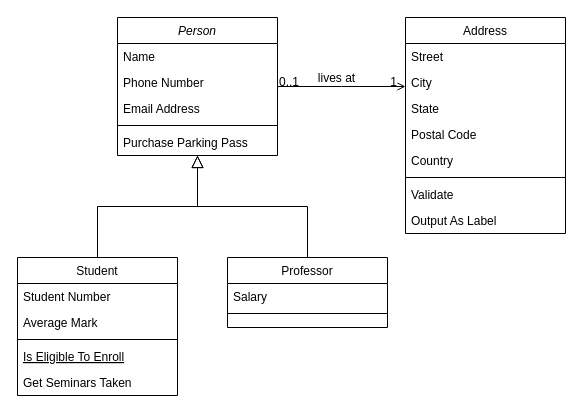
Earlier version of the draw.io diagram class Diagram.drawio (ptmgcompeni/perpus-digital). Source tidied: cells renumbered, new cells numbered last; positions are measured from the earlier drawing's top-left corner, leaving out a move shared by most shapes. Both pictures are drawn from the tidied source at 100%, with x=0, y=0 at pixel (17, 17).
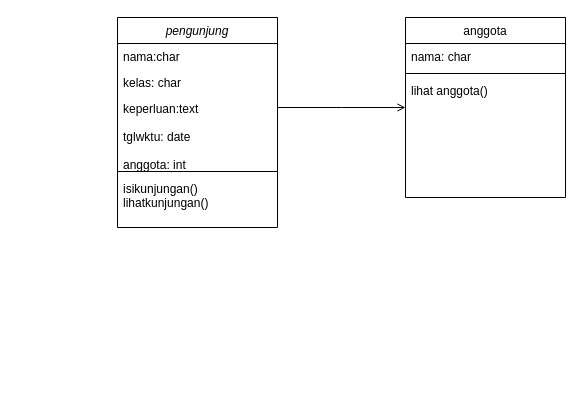
The same diagram, later.

The change refers to these unchanged cells:
```xml
<mxCell id="28" style="endArrow=open;shadow=0;strokeWidth=1;rounded=0;endFill=1;edgeStyle=elbowEdgeStyle;elbow=vertical;" parent="1" edge="1" source="2" target="19">
  <mxGeometry x="0.5" y="41" relative="1" as="geometry">
    <mxPoint x="-40" y="32" as="offset" />
  </mxGeometry>
</mxCell>
```

What changed in the source:
```diff
@@
-    <mxCell id="2" value="Person" style="swimlane;fontStyle=2;align=center;verticalAlign=top;horizontal=1;startSize=26;rounded=0;shadow=0;strokeWidth=1;" parent="1" vertex="1">
-      <mxGeometry x="100" width="160" height="138" as="geometry" />
+    <mxCell id="2" value="pengunjung" style="swimlane;fontStyle=2;align=center;verticalAlign=top;horizontal=1;startSize=26;rounded=0;shadow=0;strokeWidth=1;" parent="1" vertex="1">
+      <mxGeometry x="100" width="160" height="210" as="geometry" />
     </mxCell>
-    <mxCell id="3" value="Name" style="text;align=left;verticalAlign=top;spacingLeft=4;spacingRight=4;overflow=hidden;" parent="2" vertex="1">
+    <mxCell id="3" value="nama:char" style="text;align=left;verticalAlign=top;spacingLeft=4;spacingRight=4;overflow=hidden;" parent="2" vertex="1">
       <mxGeometry y="26" width="160" height="26" as="geometry" />
     </mxCell>
-    <mxCell id="4" value="Phone Number" style="text;align=left;verticalAlign=top;spacingLeft=4;spacingRight=4;overflow=hidden;rounded=0;shadow=0;html=0;" parent="2" vertex="1">
+    <mxCell id="4" value="kelas: char" style="text;align=left;verticalAlign=top;spacingLeft=4;spacingRight=4;overflow=hidden;rounded=0;shadow=0;html=0;" parent="2" vertex="1">
       <mxGeometry y="52" width="160" height="26" as="geometry" />
     </mxCell>
-    <mxCell id="5" value="Email Address" style="text;align=left;verticalAlign=top;spacingLeft=4;spacingRight=4;overflow=hidden;rounded=0;shadow=0;html=0;" parent="2" vertex="1">
-      <mxGeometry y="78" width="160" height="26" as="geometry" />
+    <mxCell id="5" value="keperluan:text&#10;&#10;tglwktu: date&#10;&#10;anggota: int" style="text;align=left;verticalAlign=top;spacingLeft=4;spacingRight=4;overflow=hidden;rounded=0;shadow=0;html=0;" parent="2" vertex="1">
+      <mxGeometry y="78" width="160" height="72" as="geometry" />
     </mxCell>
     <mxCell id="6" style="line;html=1;strokeWidth=1;align=left;verticalAlign=middle;spacingTop=-1;spacingLeft=3;spacingRight=3;labelPosition=right;" parent="2" vertex="1">
-      <mxGeometry y="104" width="160" height="8" as="geometry" />
+      <mxGeometry y="150" width="160" height="8" as="geometry" />
     </mxCell>
-    <mxCell id="7" value="Purchase Parking Pass" style="text;align=left;verticalAlign=top;spacingLeft=4;spacingRight=4;overflow=hidden;" parent="2" vertex="1">
-      <mxGeometry y="112" width="160" height="26" as="geometry" />
+    <mxCell id="7" value="isikunjungan()&#10;lihatkunjungan()" style="text;align=left;verticalAlign=top;spacingLeft=4;spacingRight=4;overflow=hidden;" parent="2" vertex="1">
+      <mxGeometry y="158" width="160" height="42" as="geometry" />
     </mxCell>
-    <mxCell id="8" value="Student" style="swimlane;fontStyle=0;align=center;verticalAlign=top;horizontal=1;startSize=26;rounded=0;shadow=0;strokeWidth=1;" parent="1" vertex="1">
-      <mxGeometry y="240" width="160" height="138" as="geometry" />
-    </mxCell>
-    <mxCell id="9" value="Student Number" style="text;align=left;verticalAlign=top;spacingLeft=4;spacingRight=4;overflow=hidden;" parent="8" vertex="1">
-      <mxGeometry y="26" width="160" height="26" as="geometry" />
-    </mxCell>
-    <mxCell id="10" value="Average Mark" style="text;align=left;verticalAlign=top;spacingLeft=4;spacingRight=4;overflow=hidden;rounded=0;shadow=0;html=0;" parent="8" vertex="1">
-      <mxGeometry y="52" width="160" height="26" as="geometry" />
-    </mxCell>
-    <mxCell id="11" style="line;html=1;strokeWidth=1;align=left;verticalAlign=middle;spacingTop=-1;spacingLeft=3;spacingRight=3;labelPosition=right;" parent="8" vertex="1">
-      <mxGeometry y="78" width="160" height="8" as="geometry" />
-    </mxCell>
-    <mxCell id="12" value="Is Eligible To Enroll" style="text;align=left;verticalAlign=top;spacingLeft=4;spacingRight=4;overflow=hidden;fontStyle=4;" parent="8" vertex="1">
-      <mxGeometry y="86" width="160" height="26" as="geometry" />
-    </mxCell>
-    <mxCell id="13" value="Get Seminars Taken" style="text;align=left;verticalAlign=top;spacingLeft=4;spacingRight=4;overflow=hidden;" parent="8" vertex="1">
-      <mxGeometry y="112" width="160" height="26" as="geometry" />
-    </mxCell>
-    <mxCell id="14" style="endArrow=block;endSize=10;endFill=0;shadow=0;strokeWidth=1;rounded=0;edgeStyle=elbowEdgeStyle;elbow=vertical;" parent="1" edge="1" source="8" target="2">
-      <mxGeometry relative="1" as="geometry" />
-    </mxCell>
-    <mxCell id="15" value="Professor" style="swimlane;fontStyle=0;align=center;verticalAlign=top;horizontal=1;startSize=26;rounded=0;shadow=0;strokeWidth=1;" parent="1" vertex="1">
-      <mxGeometry x="210" y="240" width="160" height="70" as="geometry" />
-    </mxCell>
-    <mxCell id="16" value="Salary" style="text;align=left;verticalAlign=top;spacingLeft=4;spacingRight=4;overflow=hidden;" parent="15" vertex="1">
-      <mxGeometry y="26" width="160" height="26" as="geometry" />
-    </mxCell>
-    <mxCell id="17" style="line;html=1;strokeWidth=1;align=left;verticalAlign=middle;spacingTop=-1;spacingLeft=3;spacingRight=3;labelPosition=right;" parent="15" vertex="1">
-      <mxGeometry y="52" width="160" height="8" as="geometry" />
-    </mxCell>
-    <mxCell id="18" style="endArrow=block;endSize=10;endFill=0;shadow=0;strokeWidth=1;rounded=0;edgeStyle=elbowEdgeStyle;elbow=vertical;" parent="1" edge="1" source="15" target="2">
-      <mxGeometry relative="1" as="geometry" />
-    </mxCell>
-    <mxCell id="19" value="Address" style="swimlane;fontStyle=0;align=center;verticalAlign=top;horizontal=1;startSize=26;rounded=0;shadow=0;strokeWidth=1;" parent="1" vertex="1">
-      <mxGeometry x="388" width="160" height="216" as="geometry" />
+    <mxCell id="19" value="anggota" style="swimlane;fontStyle=0;align=center;verticalAlign=top;horizontal=1;startSize=26;rounded=0;shadow=0;strokeWidth=1;" parent="1" vertex="1">
+      <mxGeometry x="388" width="160" height="180" as="geometry" />
     </mxCell>
-    <mxCell id="20" value="Street" style="text;align=left;verticalAlign=top;spacingLeft=4;spacingRight=4;overflow=hidden;" parent="19" vertex="1">
+    <mxCell id="20" value="nama: char" style="text;align=left;verticalAlign=top;spacingLeft=4;spacingRight=4;overflow=hidden;" parent="19" vertex="1">
       <mxGeometry y="26" width="160" height="26" as="geometry" />
     </mxCell>
-    <mxCell id="21" value="City" style="text;align=left;verticalAlign=top;spacingLeft=4;spacingRight=4;overflow=hidden;rounded=0;shadow=0;html=0;" parent="19" vertex="1">
-      <mxGeometry y="52" width="160" height="26" as="geometry" />
-    </mxCell>
-    <mxCell id="22" value="State" style="text;align=left;verticalAlign=top;spacingLeft=4;spacingRight=4;overflow=hidden;rounded=0;shadow=0;html=0;" parent="19" vertex="1">
-      <mxGeometry y="78" width="160" height="26" as="geometry" />
-    </mxCell>
-    <mxCell id="23" value="Postal Code" style="text;align=left;verticalAlign=top;spacingLeft=4;spacingRight=4;overflow=hidden;rounded=0;shadow=0;html=0;" parent="19" vertex="1">
-      <mxGeometry y="104" width="160" height="26" as="geometry" />
-    </mxCell>
-    <mxCell id="24" value="Country" style="text;align=left;verticalAlign=top;spacingLeft=4;spacingRight=4;overflow=hidden;rounded=0;shadow=0;html=0;" parent="19" vertex="1">
-      <mxGeometry y="130" width="160" height="26" as="geometry" />
-    </mxCell>
     <mxCell id="25" style="line;html=1;strokeWidth=1;align=left;verticalAlign=middle;spacingTop=-1;spacingLeft=3;spacingRight=3;labelPosition=right;" parent="19" vertex="1">
-      <mxGeometry y="156" width="160" height="8" as="geometry" />
+      <mxGeometry y="52" width="160" height="8" as="geometry" />
     </mxCell>
-    <mxCell id="26" value="Validate" style="text;align=left;verticalAlign=top;spacingLeft=4;spacingRight=4;overflow=hidden;" parent="19" vertex="1">
-      <mxGeometry y="164" width="160" height="26" as="geometry" />
-    </mxCell>
-    <mxCell id="27" value="Output As Label" style="text;align=left;verticalAlign=top;spacingLeft=4;spacingRight=4;overflow=hidden;" parent="19" vertex="1">
-      <mxGeometry y="190" width="160" height="26" as="geometry" />
+    <mxCell id="27" value="lihat anggota()" style="text;align=left;verticalAlign=top;spacingLeft=4;spacingRight=4;overflow=hidden;" parent="19" vertex="1">
+      <mxGeometry y="60" width="160" height="26" as="geometry" />
     </mxCell>
@@
-    <mxCell id="29" value="0..1" style="align=left;verticalAlign=bottom;labelBackgroundColor=none;fontSize=12;" parent="28" vertex="1">
+    <mxCell id="29" style="align=left;verticalAlign=bottom;labelBackgroundColor=none;fontSize=12;" parent="28" vertex="1">
       <mxGeometry x="-1" relative="1" as="geometry">
         <mxPoint y="4" as="offset" />
       </mxGeometry>
     </mxCell>
-    <mxCell id="30" value="1" style="align=right;verticalAlign=bottom;labelBackgroundColor=none;fontSize=12;" parent="28" vertex="1">
+    <mxCell id="30" style="align=right;verticalAlign=bottom;labelBackgroundColor=none;fontSize=12;" parent="28" vertex="1">
       <mxGeometry x="1" relative="1" as="geometry">
         <mxPoint x="-7" y="4" as="offset" />
       </mxGeometry>
     </mxCell>
-    <mxCell id="31" value="lives at" style="text;html=1;align=center;verticalAlign=middle;labelBackgroundColor=none;rounded=0;shadow=0;strokeWidth=1;fontSize=12;" parent="28" vertex="1">
-      <mxGeometry x="0.5" y="49" relative="1" as="geometry">
-        <mxPoint x="-38" y="40" as="offset" />
-      </mxGeometry>
-    </mxCell>
```
